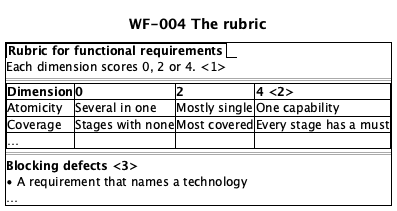
Above: docs/prd/prd-forge/diagrams/WF-004.png in SpillwaveSolutions/prd-forge (PlantUML), before the change. The source it was exported from:
```plantuml
@startsalt
title WF-004 The rubric
{+
  {/ <b>Rubric for functional requirements</b> }
  Each dimension scores 0, 2 or 4. <1>
  ==
  {#
    <b>Dimension | <b>0 | <b>2 | <b>4 <2>
    Atomicity | Several in one | Mostly single | One capability
    Coverage | Stages with none | Most covered | Every stage has a must
    … | . | . | .
  }
  ==
  <b>Blocking defects <3>
  • A requirement that names a technology
  …
}
@endsalt
```
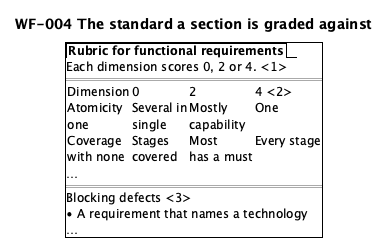
The same diagram one commit later.

Change to the diagram source:
```diff
@@ -1,17 +1,19 @@
 @startsalt
-title WF-004 The rubric
+title WF-004 The standard a section is graded against
 {+
   {/ <b>Rubric for functional requirements</b> }
   Each dimension scores 0, 2 or 4. <1>
   ==
-  {#
-    <b>Dimension | <b>0 | <b>2 | <b>4 <2>
-    Atomicity | Several in one | Mostly single | One capability
-    Coverage | Stages with none | Most covered | Every stage has a must
-    … | . | . | .
+  {
+    Dimension | 0 | 2 | 4 <2>
+    Atomicity | Several in | Mostly | One
+    one | single | capability
+    Coverage | Stages | Most | Every stage
+    with none | covered | has a must
   }
+  …
   ==
-  <b>Blocking defects <3>
+  Blocking defects <3>
   • A requirement that names a technology
   …
 }
```
